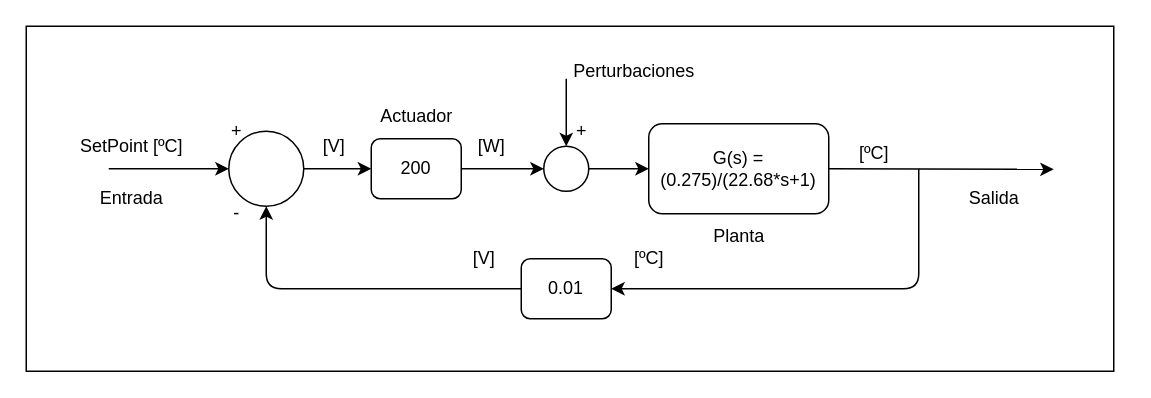
Earlier version of the draw.io diagram Diagramas/FT.drawio (nicopinera/sistema_control_tp). Source tidied: cells renumbered, new cells numbered last; positions are measured from the earlier drawing's top-left corner, leaving out a move shared by most shapes. Both pictures are drawn from the tidied source at 150%, with x=0, y=0 at pixel (26, 26).
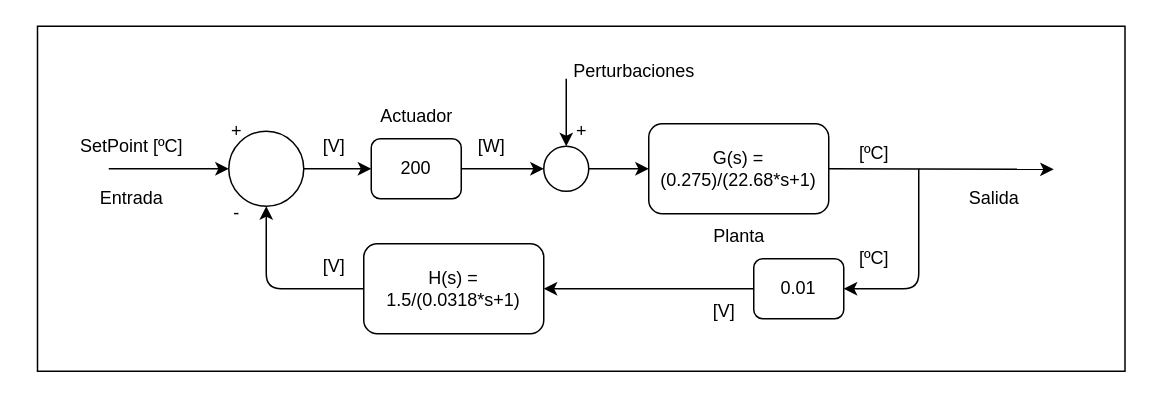
Above is the later version.

Unchanged cells that the change refers to:
```xml
<mxCell id="10" style="ellipse;whiteSpace=wrap;html=1;" parent="1" vertex="1">
  <mxGeometry x="135" y="70" width="50" height="50" as="geometry" />
</mxCell>
```

What changed in the source:
```diff
@@
     <mxCell id="2" style="whiteSpace=wrap;html=1;" parent="1" vertex="1">
-      <mxGeometry width="725" height="230" as="geometry" />
+      <mxGeometry x="7.5" width="725" height="230" as="geometry" />
     </mxCell>
@@
-    <mxCell id="8" style="edgeStyle=none;html=1;exitX=0;exitY=0.5;exitDx=0;exitDy=0;entryX=0.5;entryY=1;entryDx=0;entryDy=0;" parent="1" edge="1" source="9" target="10">
+    <mxCell id="8" style="edgeStyle=none;html=1;entryX=0.5;entryY=1;entryDx=0;entryDy=0;exitX=0;exitY=0.5;exitDx=0;exitDy=0;" parent="1" edge="1" source="31" target="10">
       <mxGeometry relative="1" as="geometry">
         <Array as="points">
           <mxPoint x="160" y="175" />
         </Array>
       </mxGeometry>
     </mxCell>
+    <mxCell id="30" style="edgeStyle=none;html=1;exitX=0;exitY=0.5;exitDx=0;exitDy=0;entryX=1;entryY=0.5;entryDx=0;entryDy=0;" parent="1" edge="1" source="9" target="31">
+      <mxGeometry relative="1" as="geometry" />
+    </mxCell>
     <mxCell id="9" value="0.01" style="rounded=1;whiteSpace=wrap;html=1;" parent="1" vertex="1">
-      <mxGeometry x="330" y="155" width="60" height="40" as="geometry" />
+      <mxGeometry x="485" y="155" width="60" height="40" as="geometry" />
     </mxCell>
@@
     <mxCell id="13" value="[ºC]" style="text;html=1;align=center;verticalAlign=middle;strokeColor=none;fillColor=none;" parent="1" vertex="1">
-      <mxGeometry x="395" y="140" width="40" height="30" as="geometry" />
+      <mxGeometry x="545" y="140" width="40" height="30" as="geometry" />
     </mxCell>
     <mxCell id="14" value="[V]" style="text;html=1;align=center;verticalAlign=middle;strokeColor=none;fillColor=none;" parent="1" vertex="1">
-      <mxGeometry x="285" y="140" width="40" height="30" as="geometry" />
+      <mxGeometry x="445" y="175" width="40" height="30" as="geometry" />
     </mxCell>
@@
+    <mxCell id="31" value="H(s) = 1.5/(0.0318*s+1)" style="rounded=1;whiteSpace=wrap;html=1;" parent="1" vertex="1">
+      <mxGeometry x="225" y="145" width="120" height="60" as="geometry" />
+    </mxCell>
+    <mxCell id="32" value="[V]" style="text;html=1;align=center;verticalAlign=middle;strokeColor=none;fillColor=none;" parent="1" vertex="1">
+      <mxGeometry x="185" y="145" width="40" height="30" as="geometry" />
+    </mxCell>
```
